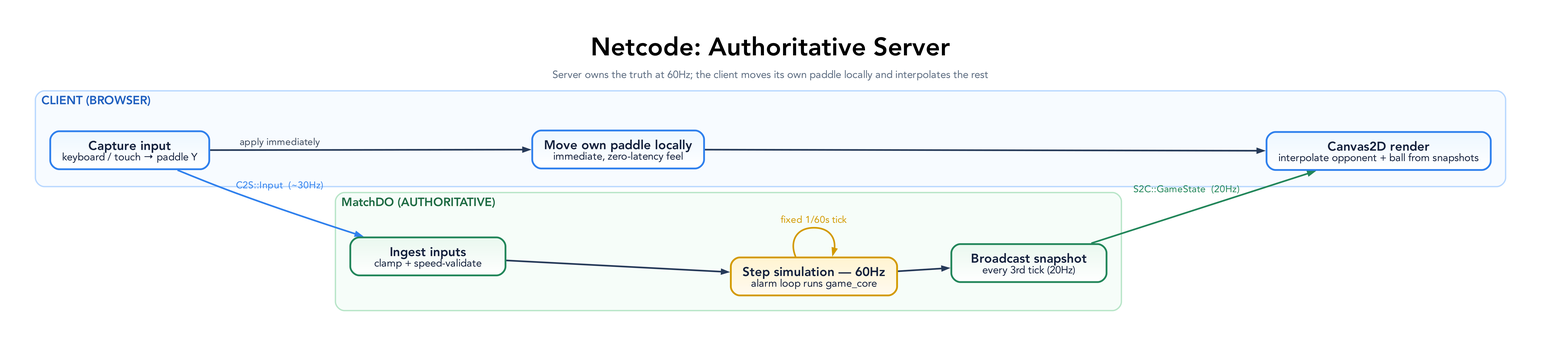
This is docs/diagrams/netcode-loop.png from tre-systems/pongo, a Graphviz export, as it was before one commit. Its source is kept beside it as docs/diagrams/netcode-loop.dot.
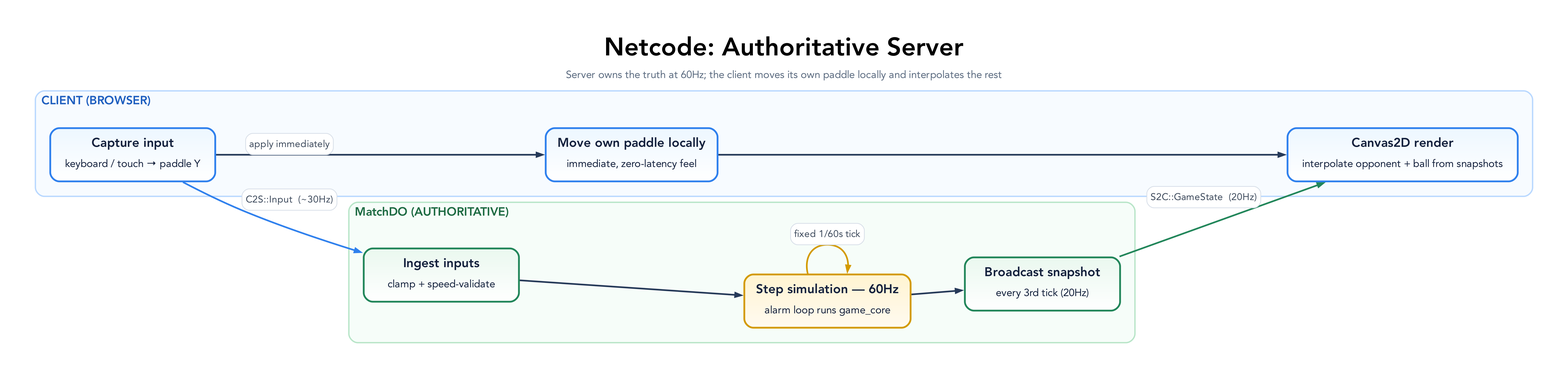
Later version of the same file.

Change to the diagram source:
```diff
@@ -51,11 +51,11 @@
       labelloc=t, labeljust=l,
       color="#b9d8ff", fillcolor="#f7fbff", style="rounded,filled", penwidth=1.8, margin=20
     ];
-    INPUT [label=<<B>Capture input</B><BR/><FONT POINT-SIZE="14">keyboard / touch → paddle Y</FONT>>, fillcolor="#edf7ff:#ffffff", color="#2f80ed"];
-    OWN [label=<<B>Move own paddle locally</B><BR/><FONT POINT-SIZE="14">immediate, zero-latency feel</FONT>>, fillcolor="#edf7ff:#ffffff", color="#2f80ed"];
-    RENDER [label=<<B>Canvas2D render</B><BR/><FONT POINT-SIZE="14">interpolate opponent + ball from snapshots</FONT>>, fillcolor="#edf7ff:#ffffff", color="#2f80ed"];
+    INPUT [label=<<TABLE BORDER="0" CELLBORDER="0" CELLSPACING="0" CELLPADDING="0"><TR><TD><B>Capture input</B></TD></TR><TR><TD CELLPADDING="4"><FONT POINT-SIZE="14">keyboard / touch → paddle Y</FONT></TD></TR></TABLE>>, fillcolor="#edf7ff:#ffffff", color="#2f80ed"];
+    OWN [label=<<TABLE BORDER="0" CELLBORDER="0" CELLSPACING="0" CELLPADDING="0"><TR><TD><B>Move own paddle locally</B></TD></TR><TR><TD CELLPADDING="4"><FONT POINT-SIZE="14">immediate, zero-latency feel</FONT></TD></TR></TABLE>>, fillcolor="#edf7ff:#ffffff", color="#2f80ed"];
+    RENDER [label=<<TABLE BORDER="0" CELLBORDER="0" CELLSPACING="0" CELLPADDING="0"><TR><TD><B>Canvas2D render</B></TD></TR><TR><TD CELLPADDING="4"><FONT POINT-SIZE="14">interpolate opponent + ball from snapshots</FONT></TD></TR></TABLE>>, fillcolor="#edf7ff:#ffffff", color="#2f80ed"];
 
-    INPUT -> OWN [label="apply immediately"];
+    INPUT -> OWN [label=<<TABLE BORDER="1" CELLBORDER="0" STYLE="ROUNDED" COLOR="#d7dee8" BGCOLOR="#ffffff" CELLSPACING="0" CELLPADDING="4"><TR><TD><FONT POINT-SIZE="13" COLOR="#3d4a5c">apply immediately</FONT></TD></TR></TABLE>>];
     OWN -> RENDER;
   }
 
@@ -65,15 +65,15 @@
       labelloc=t, labeljust=l,
       color="#b8e5c8", fillcolor="#f6fdf9", style="rounded,filled", penwidth=1.8, margin=20
     ];
-    INGEST [label=<<B>Ingest inputs</B><BR/><FONT POINT-SIZE="14">clamp + speed-validate</FONT>>, fillcolor="#eaf8ef:#ffffff", color="#22865a"];
-    STEP [label=<<B>Step simulation — 60Hz</B><BR/><FONT POINT-SIZE="14">alarm loop runs game_core</FONT>>, fillcolor="#fff4d1:#fffaf0", color="#d39a00"];
-    BROADCAST [label=<<B>Broadcast snapshot</B><BR/><FONT POINT-SIZE="14">every 3rd tick (20Hz)</FONT>>, fillcolor="#eaf8ef:#ffffff", color="#22865a"];
+    INGEST [label=<<TABLE BORDER="0" CELLBORDER="0" CELLSPACING="0" CELLPADDING="0"><TR><TD><B>Ingest inputs</B></TD></TR><TR><TD CELLPADDING="4"><FONT POINT-SIZE="14">clamp + speed-validate</FONT></TD></TR></TABLE>>, fillcolor="#eaf8ef:#ffffff", color="#22865a"];
+    STEP [label=<<TABLE BORDER="0" CELLBORDER="0" CELLSPACING="0" CELLPADDING="0"><TR><TD><B>Step simulation — 60Hz</B></TD></TR><TR><TD CELLPADDING="4"><FONT POINT-SIZE="14">alarm loop runs game_core</FONT></TD></TR></TABLE>>, fillcolor="#fff4d1:#fffaf0", color="#d39a00"];
+    BROADCAST [label=<<TABLE BORDER="0" CELLBORDER="0" CELLSPACING="0" CELLPADDING="0"><TR><TD><B>Broadcast snapshot</B></TD></TR><TR><TD CELLPADDING="4"><FONT POINT-SIZE="14">every 3rd tick (20Hz)</FONT></TD></TR></TABLE>>, fillcolor="#eaf8ef:#ffffff", color="#22865a"];
 
     INGEST -> STEP;
     STEP -> BROADCAST;
-    STEP -> STEP [label="fixed 1/60s tick", color="#d39a00", fontcolor="#d39a00"];
+    STEP -> STEP [label=<<TABLE BORDER="1" CELLBORDER="0" STYLE="ROUNDED" COLOR="#d7dee8" BGCOLOR="#ffffff" CELLSPACING="0" CELLPADDING="4"><TR><TD><FONT POINT-SIZE="13" COLOR="#3d4a5c">fixed 1/60s tick</FONT></TD></TR></TABLE>>, color="#d39a00", fontcolor="#d39a00"];
   }
 
-  INPUT -> INGEST [label="C2S::Input  (~30Hz)", color="#2f80ed", fontcolor="#2f80ed"];
-  BROADCAST -> RENDER [label="S2C::GameState  (20Hz)", color="#22865a", fontcolor="#22865a"];
+  INPUT -> INGEST [label=<<TABLE BORDER="1" CELLBORDER="0" STYLE="ROUNDED" COLOR="#d7dee8" BGCOLOR="#ffffff" CELLSPACING="0" CELLPADDING="4"><TR><TD><FONT POINT-SIZE="13" COLOR="#3d4a5c">C2S::Input  (~30Hz)</FONT></TD></TR></TABLE>>, color="#2f80ed", fontcolor="#2f80ed"];
+  BROADCAST -> RENDER [label=<<TABLE BORDER="1" CELLBORDER="0" STYLE="ROUNDED" COLOR="#d7dee8" BGCOLOR="#ffffff" CELLSPACING="0" CELLPADDING="4"><TR><TD><FONT POINT-SIZE="13" COLOR="#3d4a5c">S2C::GameState  (20Hz)</FONT></TD></TR></TABLE>>, color="#22865a", fontcolor="#22865a"];
 }
```
